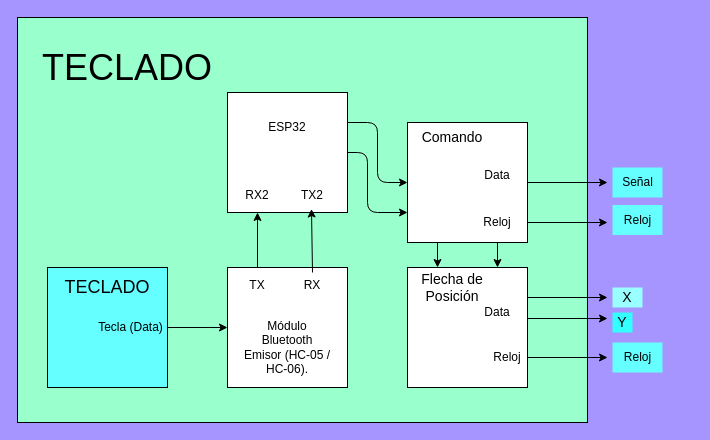
This is retro_paint/diagrams/read_teclado.drawio from safehehe/PTSD1, a draw.io file, before an edit. Source tidied: cells renumbered, new cells numbered last; positions are measured from the earlier drawing's top-left corner, leaving out a move shared by most shapes. Both pictures are drawn from the tidied source at 100%, with x=0, y=0 at pixel (17, 17).
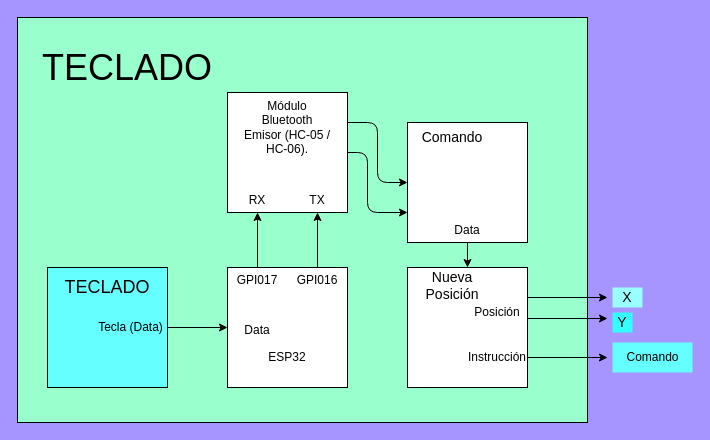
The same diagram, later.

Unchanged cells that the change refers to:
```xml
<mxCell id="9" style="rounded=0;whiteSpace=wrap;html=1;" parent="1" vertex="1">
  <mxGeometry x="210" y="250" width="120" height="120" as="geometry" />
</mxCell>
<mxCell id="16" style="rounded=0;whiteSpace=wrap;html=1;" parent="1" vertex="1">
  <mxGeometry x="390" y="250" width="120" height="120" as="geometry" />
</mxCell>
<mxCell id="24" style="rounded=0;whiteSpace=wrap;html=1;" parent="1" vertex="1">
  <mxGeometry x="390" y="105" width="120" height="120" as="geometry" />
</mxCell>
<mxCell id="31" style="rounded=0;whiteSpace=wrap;html=1;" parent="1" vertex="1">
  <mxGeometry x="210" y="75" width="120" height="120" as="geometry" />
</mxCell>
```

The edit, as a diff of the source:
```diff
@@
-    <mxCell id="6" style="edgeStyle=none;html=1;entryX=0.25;entryY=0;entryDx=0;entryDy=0;exitX=0.25;exitY=1;exitDx=0;exitDy=0;" parent="1" edge="1" source="24" target="16">
-      <mxGeometry relative="1" as="geometry" />
-    </mxCell>
@@
-    <mxCell id="11" value="Módulo Bluetooth Emisor (HC-05 / HC-06)." style="text;html=1;align=center;verticalAlign=middle;whiteSpace=wrap;rounded=0;" parent="1" vertex="1">
-      <mxGeometry x="225" y="315" width="90" height="30" as="geometry" />
-    </mxCell>
-    <mxCell id="12" style="edgeStyle=none;html=1;entryX=0.75;entryY=0;entryDx=0;entryDy=0;exitX=0.75;exitY=1;exitDx=0;exitDy=0;" parent="1" edge="1" source="24" target="16">
+    <mxCell id="12" style="edgeStyle=none;html=1;entryX=0.5;entryY=0;entryDx=0;entryDy=0;exitX=0.5;exitY=1;exitDx=0;exitDy=0;" parent="1" edge="1" source="26" target="16">
       <mxGeometry relative="1" as="geometry" />
     </mxCell>
@@
-    <mxCell id="17" value="&lt;font style=&quot;font-size: 14px;&quot;&gt;Flecha de Posición&lt;/font&gt;" style="text;html=1;align=center;verticalAlign=middle;whiteSpace=wrap;rounded=0;" parent="1" vertex="1">
-      <mxGeometry x="390" y="255" width="90" height="30" as="geometry" />
+    <mxCell id="17" value="&lt;font style=&quot;font-size: 14px;&quot;&gt;Nueva Posición&lt;/font&gt;" style="text;html=1;align=center;verticalAlign=middle;whiteSpace=wrap;rounded=0;" parent="1" vertex="1">
+      <mxGeometry x="390" y="252.5" width="90" height="30" as="geometry" />
     </mxCell>
@@
-    <mxCell id="19" value="Data" style="text;html=1;align=center;verticalAlign=middle;whiteSpace=wrap;rounded=0;" parent="1" vertex="1">
+    <mxCell id="19" value="Posición" style="text;html=1;align=center;verticalAlign=middle;whiteSpace=wrap;rounded=0;" parent="1" vertex="1">
       <mxGeometry x="460" y="282.5" width="40" height="25" as="geometry" />
     </mxCell>
@@
-    <mxCell id="22" value="Reloj" style="text;html=1;align=center;verticalAlign=middle;whiteSpace=wrap;rounded=0;" parent="1" vertex="1">
-      <mxGeometry x="460" y="325" width="60" height="30" as="geometry" />
-    </mxCell>
-    <mxCell id="23" style="edgeStyle=none;html=1;exitX=1;exitY=0.5;exitDx=0;exitDy=0;" parent="1" edge="1" source="24">
-      <mxGeometry relative="1" as="geometry">
-        <mxPoint x="590" y="165" as="targetPoint" />
-      </mxGeometry>
-    </mxCell>
@@
     <mxCell id="26" value="Data" style="text;html=1;align=center;verticalAlign=middle;whiteSpace=wrap;rounded=0;" parent="1" vertex="1">
-      <mxGeometry x="460" y="145" width="40" height="25" as="geometry" />
+      <mxGeometry x="430" y="200" width="40" height="25" as="geometry" />
     </mxCell>
-    <mxCell id="27" style="edgeStyle=none;html=1;exitX=1;exitY=0.5;exitDx=0;exitDy=0;" parent="1" edge="1" source="28">
-      <mxGeometry relative="1" as="geometry">
-        <mxPoint x="590" y="205" as="targetPoint" />
-      </mxGeometry>
-    </mxCell>
-    <mxCell id="28" value="Reloj" style="text;html=1;align=center;verticalAlign=middle;whiteSpace=wrap;rounded=0;" parent="1" vertex="1">
-      <mxGeometry x="450" y="190" width="60" height="30" as="geometry" />
-    </mxCell>
@@
-    <mxCell id="30" value="Señal" style="text;html=1;align=center;verticalAlign=middle;strokeColor=none;fillColor=#66FFFF;" parent="1" vertex="1">
-      <mxGeometry x="595" y="150" width="50" height="30" as="geometry" />
-    </mxCell>
@@
     <mxCell id="32" value="ESP32" style="text;html=1;align=center;verticalAlign=middle;whiteSpace=wrap;rounded=0;" parent="1" vertex="1">
-      <mxGeometry x="225" y="95" width="90" height="30" as="geometry" />
+      <mxGeometry x="225" y="325" width="90" height="30" as="geometry" />
     </mxCell>
+    <mxCell id="37" style="edgeStyle=none;html=1;entryX=0.75;entryY=1;entryDx=0;entryDy=0;exitX=0.75;exitY=0;exitDx=0;exitDy=0;" parent="1" edge="1" source="9" target="31">
+      <mxGeometry relative="1" as="geometry" />
+    </mxCell>
+    <mxCell id="39" value="Comando" style="text;html=1;align=center;verticalAlign=middle;strokeColor=none;fillColor=#66FFFF;" parent="1" vertex="1">
+      <mxGeometry x="595" y="325" width="80" height="30" as="geometry" />
+    </mxCell>
+    <mxCell id="11" value="Módulo Bluetooth Emisor (HC-05 / HC-06)." style="text;html=1;align=center;verticalAlign=middle;whiteSpace=wrap;rounded=0;" parent="1" vertex="1">
+      <mxGeometry x="225" y="95" width="90" height="30" as="geometry" />
+    </mxCell>
+    <mxCell id="40" value="Data" style="text;html=1;align=center;verticalAlign=middle;whiteSpace=wrap;rounded=0;" parent="1" vertex="1">
+      <mxGeometry x="220" y="300" width="40" height="25" as="geometry" />
+    </mxCell>
+    <mxCell id="41" value="GPI017" style="text;html=1;align=center;verticalAlign=middle;whiteSpace=wrap;rounded=0;" parent="1" vertex="1">
+      <mxGeometry x="220" y="250" width="40" height="25" as="geometry" />
+    </mxCell>
+    <mxCell id="35" value="RX" style="text;html=1;align=center;verticalAlign=middle;whiteSpace=wrap;rounded=0;" parent="1" vertex="1">
+      <mxGeometry x="220" y="170" width="40" height="25" as="geometry" />
+    </mxCell>
+    <mxCell id="42" value="GPI016" style="text;html=1;align=center;verticalAlign=middle;whiteSpace=wrap;rounded=0;" parent="1" vertex="1">
+      <mxGeometry x="280" y="250" width="40" height="25" as="geometry" />
+    </mxCell>
     <mxCell id="33" value="TX" style="text;html=1;align=center;verticalAlign=middle;whiteSpace=wrap;rounded=0;" parent="1" vertex="1">
-      <mxGeometry x="220" y="255" width="40" height="25" as="geometry" />
+      <mxGeometry x="280" y="170" width="40" height="25" as="geometry" />
     </mxCell>
-    <mxCell id="34" value="RX2" style="text;html=1;align=center;verticalAlign=middle;whiteSpace=wrap;rounded=0;" parent="1" vertex="1">
-      <mxGeometry x="220" y="165" width="40" height="25" as="geometry" />
-    </mxCell>
-    <mxCell id="35" value="RX" style="text;html=1;align=center;verticalAlign=middle;whiteSpace=wrap;rounded=0;" parent="1" vertex="1">
-      <mxGeometry x="275" y="255" width="40" height="25" as="geometry" />
-    </mxCell>
-    <mxCell id="36" value="TX2" style="text;html=1;align=center;verticalAlign=middle;whiteSpace=wrap;rounded=0;" parent="1" vertex="1">
-      <mxGeometry x="275" y="165" width="40" height="25" as="geometry" />
-    </mxCell>
-    <mxCell id="37" style="edgeStyle=none;html=1;exitX=0.5;exitY=0;exitDx=0;exitDy=0;entryX=0.7;entryY=0.971;entryDx=0;entryDy=0;entryPerimeter=0;" parent="1" edge="1" source="35" target="31">
-      <mxGeometry relative="1" as="geometry" />
-    </mxCell>
-    <mxCell id="38" value="Reloj" style="text;html=1;align=center;verticalAlign=middle;strokeColor=none;fillColor=#66FFFF;" parent="1" vertex="1">
-      <mxGeometry x="595" y="187.5" width="50" height="30" as="geometry" />
-    </mxCell>
-    <mxCell id="39" value="Reloj" style="text;html=1;align=center;verticalAlign=middle;strokeColor=none;fillColor=#66FFFF;" parent="1" vertex="1">
-      <mxGeometry x="595" y="325" width="50" height="30" as="geometry" />
-    </mxCell>
+    <mxCell id="43" value="Instrucción" style="text;html=1;align=center;verticalAlign=middle;whiteSpace=wrap;rounded=0;" parent="1" vertex="1">
+      <mxGeometry x="460" y="327.5" width="40" height="25" as="geometry" />
+    </mxCell>
```
